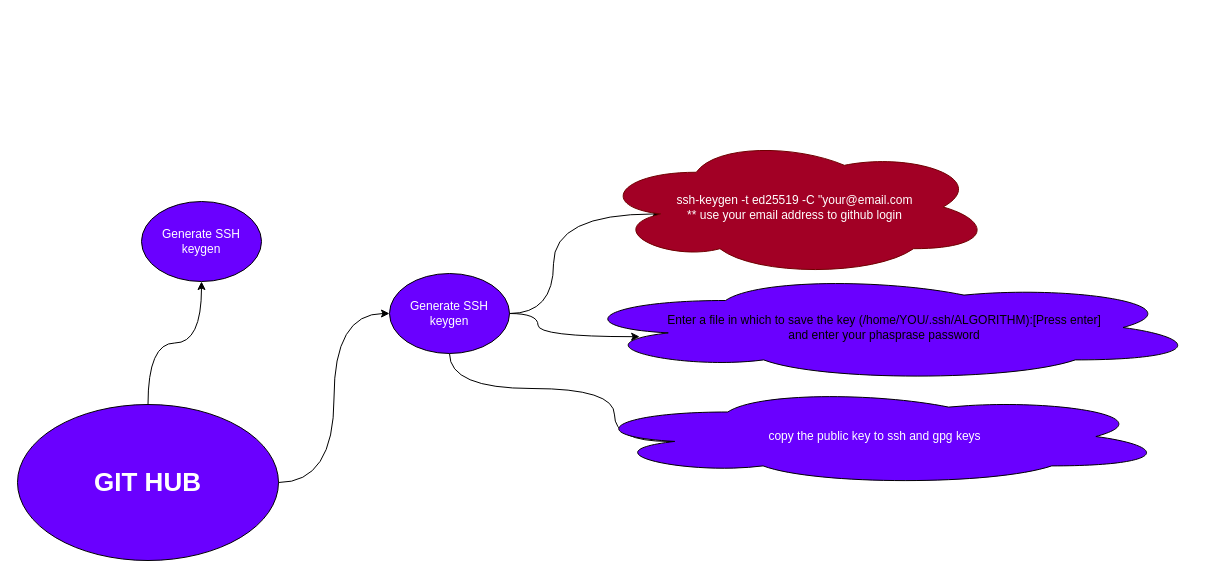
This is github.drawio from abasworm/mindmaping, a draw.io file, before an edit. Source tidied: cells renumbered, new cells numbered last; positions are measured from the earlier drawing's top-left corner, leaving out a move shared by most shapes. Both pictures are drawn from the tidied source at 100%, with x=0, y=0 at pixel (17, 137).
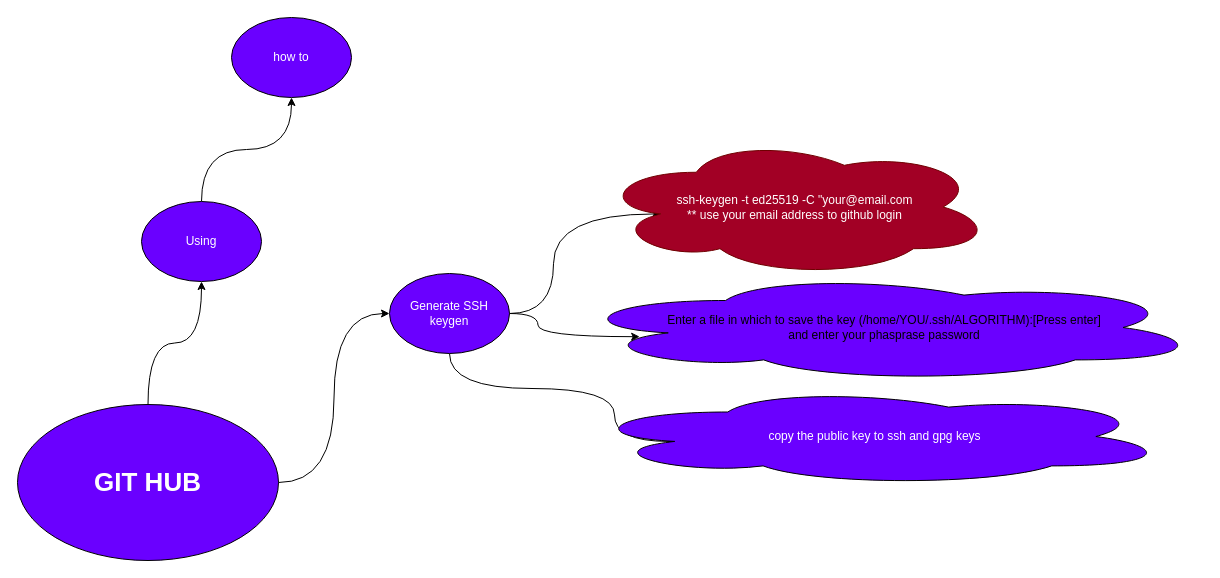
The same diagram, later.

What changed in the source:
```diff
@@
 <mxGraphModel>
   <root>
     <mxCell id="0" />
     <mxCell id="1" parent="0" />
     <mxCell id="2" style="edgeStyle=orthogonalEdgeStyle;rounded=0;jettySize=auto;html=1;curved=1;entryX=0;entryY=0.5;entryDx=0;entryDy=0;" parent="1" edge="1" source="4" target="8">
       <mxGeometry relative="1" as="geometry" />
     </mxCell>
     <mxCell id="3" style="edgeStyle=orthogonalEdgeStyle;curved=1;rounded=0;jettySize=auto;html=1;entryX=0.5;entryY=1;entryDx=0;entryDy=0;" parent="1" edge="1" source="4" target="12">
       <mxGeometry relative="1" as="geometry" />
     </mxCell>
     <mxCell id="4" value="&lt;b style=&quot;font-size: 26px;&quot;&gt;GIT HUB&lt;br style=&quot;font-size: 26px;&quot;&gt;&lt;/b&gt;" style="ellipse;whiteSpace=wrap;html=1;fillColor=#6a00ff;fontColor=#ffffff;strokeColor=default;fontSize=26;" parent="1" vertex="1">
       <mxGeometry y="267" width="261" height="156" as="geometry" />
     </mxCell>
     <mxCell id="5" style="rounded=0;jettySize=auto;html=1;entryX=0.16;entryY=0.55;entryDx=0;entryDy=0;entryPerimeter=0;edgeStyle=orthogonalEdgeStyle;curved=1;" parent="1" edge="1" source="8" target="9">
       <mxGeometry relative="1" as="geometry" />
     </mxCell>
     <mxCell id="6" style="edgeStyle=orthogonalEdgeStyle;rounded=0;jettySize=auto;html=1;curved=1;entryX=0.115;entryY=0.585;entryDx=0;entryDy=0;entryPerimeter=0;" parent="1" edge="1" source="8" target="10">
       <mxGeometry relative="1" as="geometry" />
     </mxCell>
     <mxCell id="7" style="edgeStyle=orthogonalEdgeStyle;curved=1;rounded=0;jettySize=auto;html=1;entryX=0.16;entryY=0.55;entryDx=0;entryDy=0;entryPerimeter=0;" parent="1" edge="1" source="8" target="11">
       <mxGeometry relative="1" as="geometry">
         <Array as="points">
           <mxPoint x="432" y="251" />
           <mxPoint x="597" y="251" />
         </Array>
       </mxGeometry>
     </mxCell>
     <mxCell id="8" value="Generate SSH keygen" style="ellipse;whiteSpace=wrap;html=1;fillColor=#6a00ff;fontColor=#ffffff;strokeColor=default;" parent="1" vertex="1">
       <mxGeometry x="372" y="136" width="120" height="80" as="geometry" />
     </mxCell>
     <mxCell id="9" value="&lt;div&gt;ssh-keygen -t ed25519 -C &quot;your@email.com&lt;/div&gt;** use your email address to github login" style="ellipse;shape=cloud;whiteSpace=wrap;html=1;fillColor=#a20025;fontColor=#ffffff;verticalAlign=middle;strokeColor=#6F0000;" parent="1" vertex="1">
       <mxGeometry x="580" width="395" height="139" as="geometry" />
     </mxCell>
     <mxCell id="10" value="&lt;div&gt;Enter a file in which to save the key (/home/YOU/.ssh/ALGORITHM):[Press enter]&lt;/div&gt;&lt;div&gt;and enter your phasprase password&lt;br&gt;&lt;/div&gt;" style="ellipse;shape=cloud;html=1;fillColor=#6a00ff;whiteSpace=wrap;" parent="1" vertex="1">
       <mxGeometry x="549" y="136" width="636" height="108" as="geometry" />
     </mxCell>
     <mxCell id="11" value="copy the public key to ssh and gpg keys " style="ellipse;shape=cloud;whiteSpace=wrap;html=1;fillColor=#6a00ff;fontColor=#ffffff;" parent="1" vertex="1">
       <mxGeometry x="563" y="250" width="589" height="98" as="geometry" />
     </mxCell>
+    <mxCell id="13" style="edgeStyle=orthogonalEdgeStyle;rounded=0;jettySize=auto;html=1;curved=1;" parent="1" edge="1" source="12" target="14">
+      <mxGeometry relative="1" as="geometry" />
+    </mxCell>
-    <mxCell id="12" value="Generate SSH keygen" style="ellipse;whiteSpace=wrap;html=1;fillColor=#6a00ff;fontColor=#ffffff;strokeColor=default;" parent="1" vertex="1">
+    <mxCell id="12" value="Using" style="ellipse;whiteSpace=wrap;html=1;fillColor=#6a00ff;fontColor=#ffffff;strokeColor=default;" parent="1" vertex="1">
       <mxGeometry x="124" y="64" width="120" height="80" as="geometry" />
     </mxCell>
+    <mxCell id="14" value="how to" style="ellipse;whiteSpace=wrap;html=1;fillColor=#6a00ff;fontColor=#ffffff;strokeColor=default;" parent="1" vertex="1">
+      <mxGeometry x="214" y="-120" width="120" height="80" as="geometry" />
+    </mxCell>
   </root>
 </mxGraphModel>
```
